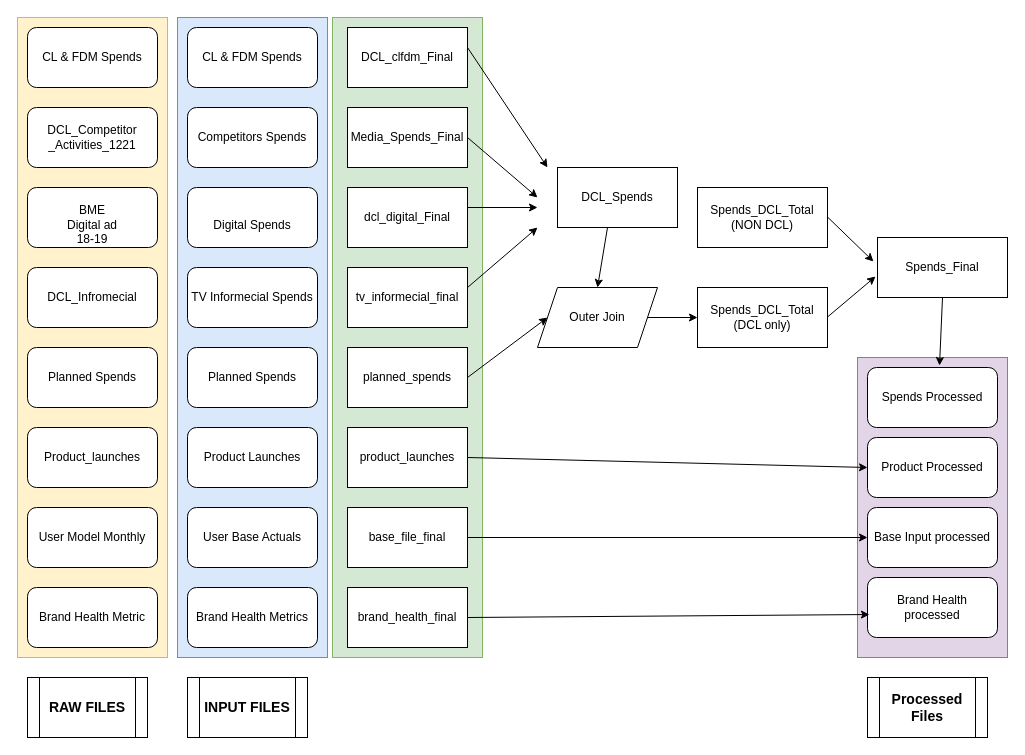
generalrushi/DataSCience keeps this draw.io diagram as Processing flow.drawio. Above is the earlier version. Source tidied: cells renumbered, new cells numbered last; positions are measured from the earlier drawing's top-left corner, leaving out a move shared by most shapes. Both pictures are drawn from the tidied source at 100%, with x=0, y=0 at pixel (17, 17).
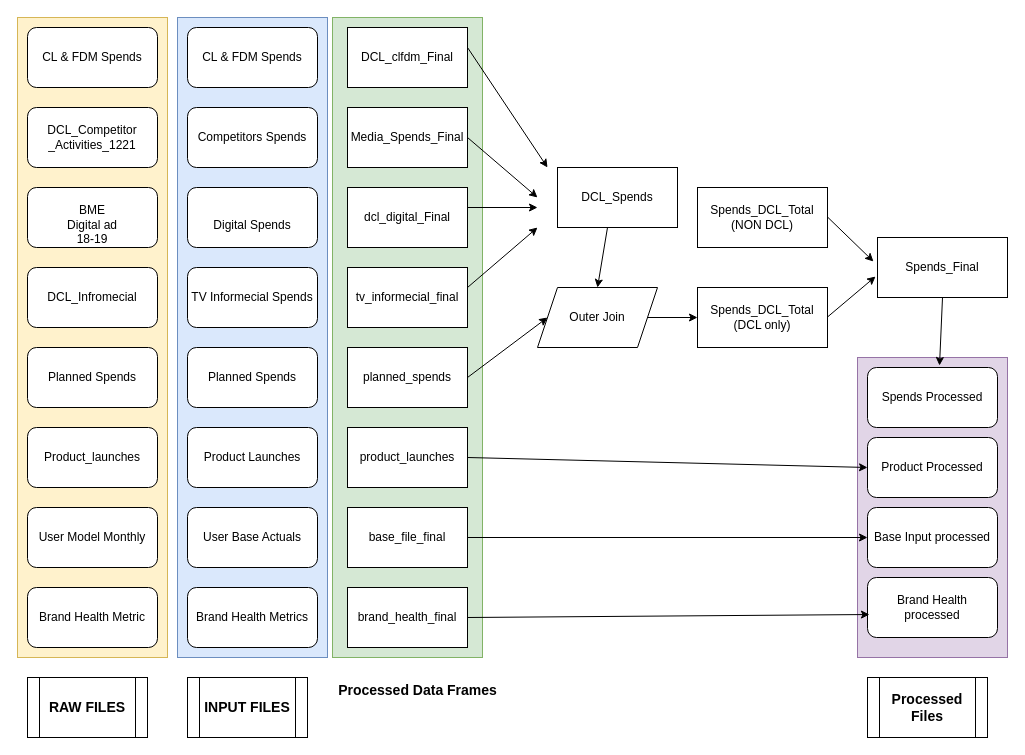
The same diagram, later.

The edit, as a diff of the source:
```diff
@@
+    <mxCell id="55" value="&lt;span style=&quot;font-size: 14px&quot;&gt;Processed Data Frames&lt;/span&gt;" style="text;strokeColor=none;fillColor=none;html=1;fontSize=24;fontStyle=1;verticalAlign=middle;align=center;" parent="1" vertex="1">
+      <mxGeometry x="350" y="650" width="100" height="40" as="geometry" />
+    </mxCell>
```
